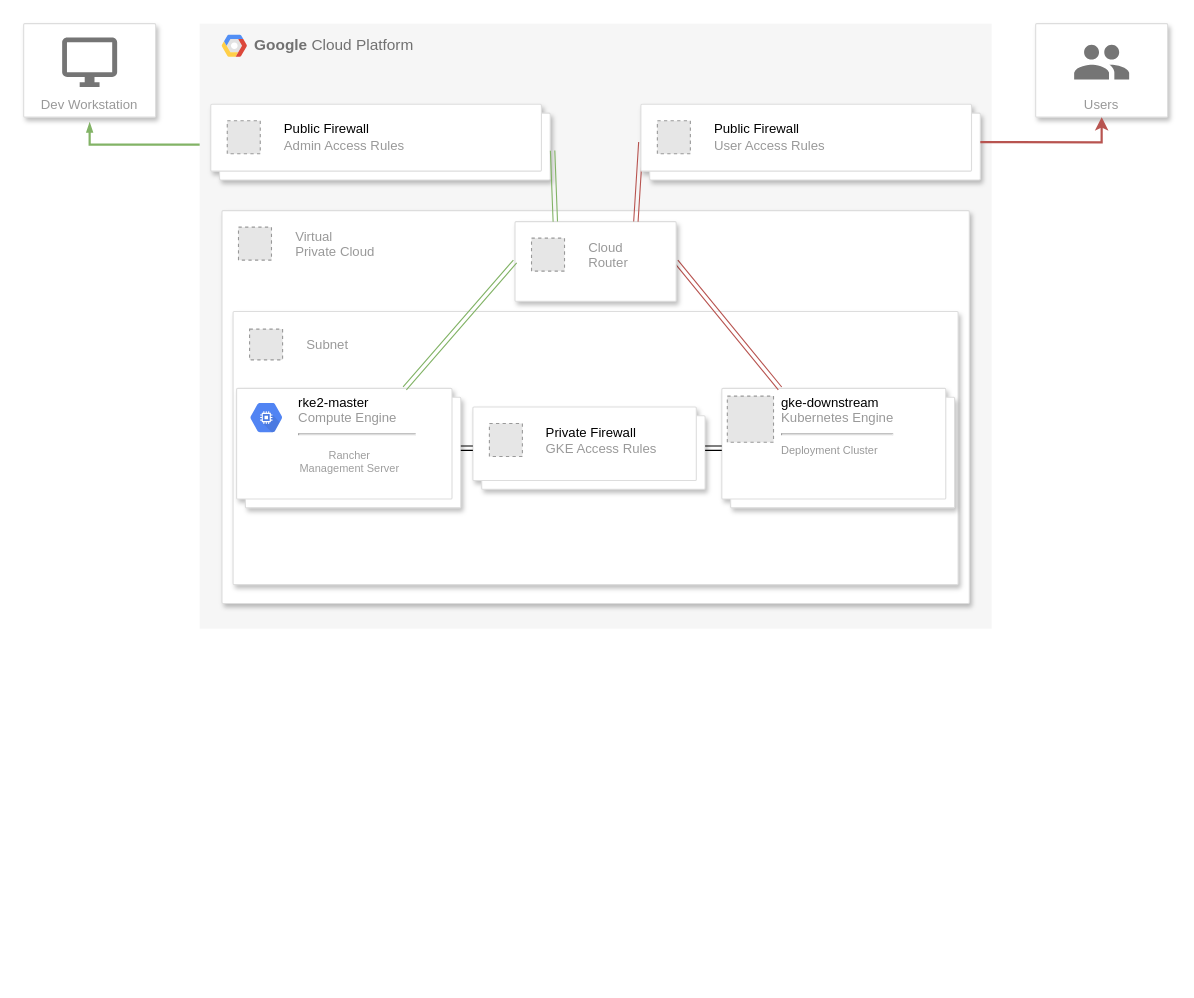
The draw.io diagram static/img/cloud-supremacy-diagram.drawio in VltraHeaven/vltraheaven.io, before the edit. Source tidied: cells renumbered, new cells numbered last; positions are measured from the earlier drawing's top-left corner, leaving out a move shared by most shapes. Both pictures are drawn from the tidied source at 110%, with x=0, y=0 at pixel (23, 23). Pictures stored in the file or linked from it are replaced by grey dashed boxes.
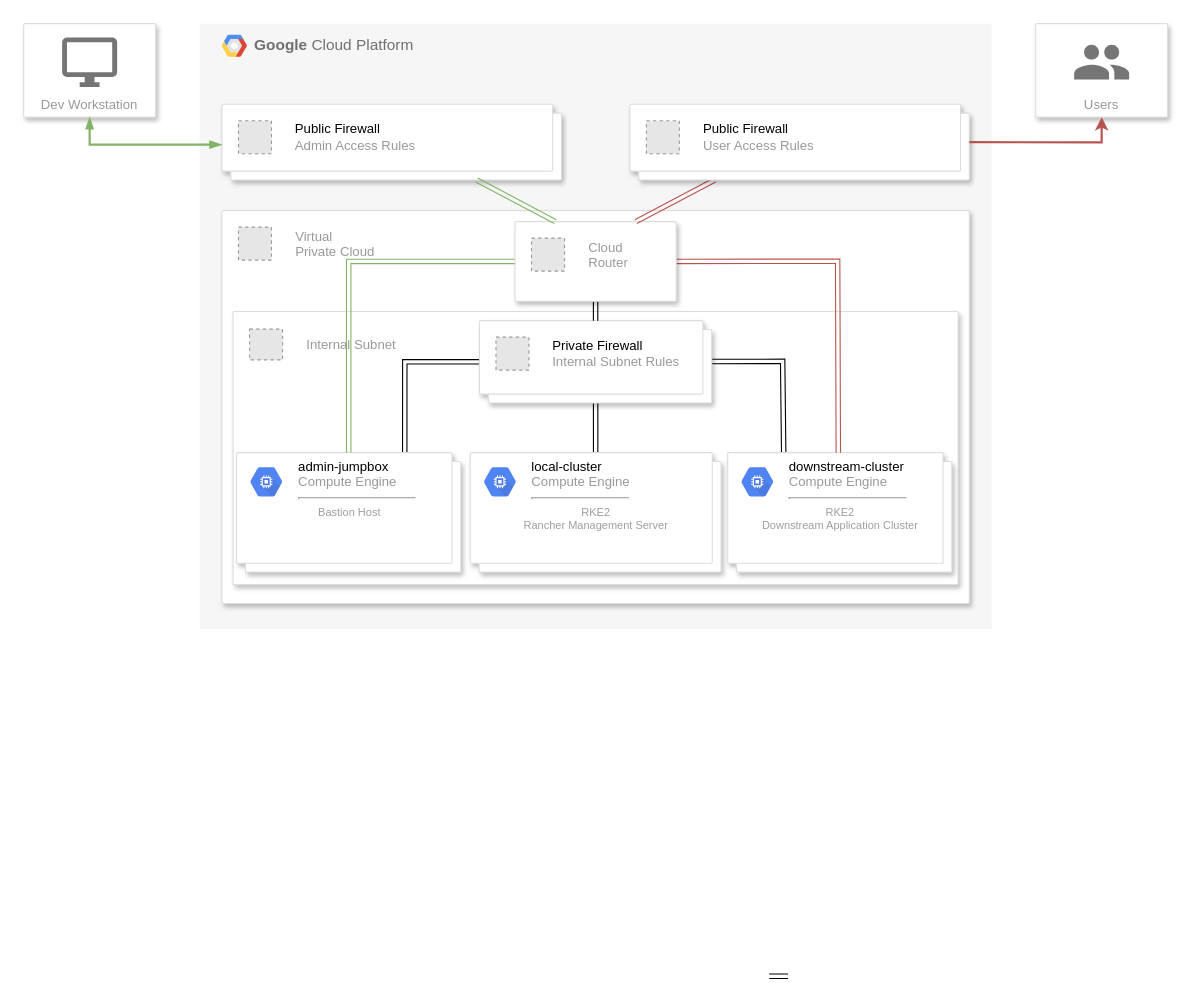
The same diagram, later.

Commit message (it also covers changes not shown here):
Completed Cloud Supremacy, Pt. 1

The change refers to these unchanged cells:
```xml
<mxCell id="6" value="&lt;b&gt;Google &lt;/b&gt;Cloud Platform" style="fillColor=#F6F6F6;strokeColor=none;shadow=0;gradientColor=none;fontSize=14;align=left;spacing=10;fontColor=#717171;9E9E9E;verticalAlign=top;spacingTop=-4;fontStyle=0;spacingLeft=40;html=1;" parent="1" vertex="1">
  <mxGeometry x="160" width="720" height="550" as="geometry" />
</mxCell>
<mxCell id="10" style="strokeColor=#dddddd;shadow=1;strokeWidth=1;rounded=1;absoluteArcSize=1;arcSize=2;" parent="6" vertex="1">
  <mxGeometry x="20.3" y="170" width="679.4" height="357.1" as="geometry" />
</mxCell>
<mxCell id="11" style="strokeColor=#dddddd;shadow=1;strokeWidth=1;rounded=1;absoluteArcSize=1;arcSize=2;fontSize=10;" parent="10" vertex="1">
  <mxGeometry x="10.1" y="91.7" width="659.1" height="248.3" as="geometry" />
</mxCell>
<mxCell id="23" style="strokeColor=#dddddd;shadow=1;strokeWidth=1;rounded=1;absoluteArcSize=1;arcSize=2;" parent="10" vertex="1">
  <mxGeometry x="266.4" y="10" width="146.5" height="72.4" as="geometry" />
</mxCell>
<mxCell id="32" value="Dev Workstation" style="strokeColor=#dddddd;shadow=1;strokeWidth=1;rounded=1;absoluteArcSize=1;arcSize=2;labelPosition=center;verticalLabelPosition=middle;align=center;verticalAlign=bottom;spacingLeft=0;fontColor=#999999;fontSize=12;whiteSpace=wrap;spacingBottom=2;" parent="1" vertex="1">
  <mxGeometry width="120" height="85" as="geometry" />
</mxCell>
```

The edit, as a diff of the source:
```diff
@@
-    <mxCell id="2" style="edgeStyle=elbowEdgeStyle;rounded=0;elbow=vertical;html=1;labelBackgroundColor=none;startArrow=blockThin;startFill=1;startSize=4;endArrow=blockThin;endFill=1;endSize=4;jettySize=auto;strokeColor=#82b366;strokeWidth=2;fontSize=12;fontColor=#000000;align=center;dashed=0;fillColor=#d5e8d4;" parent="1" edge="1" target="8">
-      <mxGeometry x="-0.06" y="-30" relative="1" as="geometry">
-        <mxPoint x="60" y="90" as="sourcePoint" />
-        <Array as="points">
-          <mxPoint x="40" y="110" />
-          <mxPoint x="40" y="140" />
-          <mxPoint x="220" y="144" />
-          <mxPoint x="340" y="250" />
-        </Array>
-      </mxGeometry>
-    </mxCell>
@@
     <mxCell id="8" style="shape=mxgraph.gcp2.doubleRect;strokeColor=#dddddd;shadow=1;strokeWidth=1;rounded=1;absoluteArcSize=1;arcSize=2;" parent="6" vertex="1">
-      <mxGeometry x="10.1" y="73.3" width="308.6" height="68.8" as="geometry" />
+      <mxGeometry x="20.3" y="73.3" width="308.6" height="68.8" as="geometry" />
     </mxCell>
@@
-    <mxCell id="12" value="Subnet" style="fillColor=#E6E6E6;strokeColor=#999999;dashed=1;fontColor=#999999;verticalLabelPosition=middle;labelBackgroundColor=#ffffff;verticalAlign=middle;labelPosition=right;align=left;spacingLeft=20;fontSize=12;" parent="11" vertex="1">
+    <mxCell id="12" value="Internal Subnet" style="fillColor=#E6E6E6;strokeColor=#999999;dashed=1;fontColor=#999999;verticalLabelPosition=middle;labelBackgroundColor=#ffffff;verticalAlign=middle;labelPosition=right;align=left;spacingLeft=20;fontSize=12;" parent="11" vertex="1">
       <mxGeometry width="30" height="28" relative="1" as="geometry">
         <mxPoint x="15" y="16" as="offset" />
       </mxGeometry>
     </mxCell>
-    <mxCell id="13" style="shape=mxgraph.gcp2.doubleRect;strokeColor=#dddddd;shadow=1;strokeWidth=1;" parent="11" vertex="1">
-      <mxGeometry x="444.3" y="69.9" width="211.6" height="108.6" as="geometry" />
-    </mxCell>
-    <mxCell id="14" value="&lt;font color=&quot;#000000&quot;&gt;gke-downstream&lt;/font&gt;&lt;br&gt;Kubernetes Engine&lt;hr&gt;&lt;font style=&quot;font-size: 10px;&quot;&gt;Deployment Cluster&lt;/font&gt;" style="fillColor=#E6E6E6;strokeColor=#999999;dashed=1;html=1;labelPosition=right;verticalLabelPosition=middle;align=left;verticalAlign=top;spacingLeft=5;fontColor=#999999;fontSize=12;spacingTop=-8;" parent="13" vertex="1">
-      <mxGeometry width="42" height="42" relative="1" as="geometry">
-        <mxPoint x="5" y="7" as="offset" />
-      </mxGeometry>
-    </mxCell>
-    <mxCell id="15" style="shape=mxgraph.gcp2.doubleRect;strokeColor=#dddddd;shadow=1;strokeWidth=1;rounded=1;absoluteArcSize=1;arcSize=2;" parent="11" vertex="1">
-      <mxGeometry x="218" y="86.8" width="211.1" height="74.8" as="geometry" />
-    </mxCell>
-    <mxCell id="16" value="&lt;font color=&quot;#000000&quot;&gt;Private Firewall&lt;/font&gt;&lt;br&gt;GKE Access Rules" style="fillColor=#E6E6E6;strokeColor=#999999;dashed=1;html=1;fontColor=#999999;verticalLabelPosition=middle;labelBackgroundColor=#ffffff;verticalAlign=middle;labelPosition=right;align=left;spacingLeft=20;" parent="15" vertex="1">
-      <mxGeometry width="30" height="30" relative="1" as="geometry">
-        <mxPoint x="15" y="15" as="offset" />
-      </mxGeometry>
-    </mxCell>
+    <mxCell id="35" style="edgeStyle=orthogonalEdgeStyle;rounded=0;jettySize=auto;html=1;shape=link;entryX=0;entryY=0.5;entryDx=0;entryDy=0;exitX=0.75;exitY=0;exitDx=0;exitDy=0;" parent="11" edge="1" source="17" target="15">
+      <mxGeometry relative="1" as="geometry">
+        <Array as="points">
+          <mxPoint x="156" y="46" />
+        </Array>
+      </mxGeometry>
+    </mxCell>
-    <mxCell id="17" value="&lt;div&gt;&lt;font style=&quot;font-size: 10px;&quot;&gt;&lt;br&gt;&lt;/font&gt;&lt;/div&gt;&lt;div&gt;&lt;font style=&quot;font-size: 10px;&quot;&gt;&lt;br&gt;&lt;/font&gt;&lt;/div&gt;&lt;div&gt;&lt;font style=&quot;font-size: 10px;&quot;&gt;Rancher &lt;br&gt;&lt;/font&gt;&lt;/div&gt;&lt;font style=&quot;font-size: 10px;&quot;&gt;Management Server&lt;/font&gt;" style="shape=mxgraph.gcp2.doubleRect;strokeColor=#dddddd;fillColor=#ffffff;shadow=1;strokeWidth=1;fontSize=10;fontColor=#9E9E9E;align=center;html=1;" parent="11" vertex="1">
-      <mxGeometry x="3.2" y="69.9" width="203.8" height="108.6" as="geometry" />
+    <mxCell id="17" value="Bastion Host" style="shape=mxgraph.gcp2.doubleRect;strokeColor=#dddddd;fillColor=#ffffff;shadow=1;strokeWidth=1;fontSize=10;fontColor=#9E9E9E;align=center;html=1;" parent="11" vertex="1">
+      <mxGeometry x="3.2" y="128.3" width="203.8" height="108.6" as="geometry" />
     </mxCell>
-    <mxCell id="18" value="&lt;font color=&quot;#000000&quot;&gt;rke2-master&lt;/font&gt;&lt;br&gt;Compute Engine&lt;span style=&quot;white-space: pre;&quot;&gt;&#9;&lt;/span&gt;&lt;hr&gt;" style="dashed=0;html=1;fillColor=#5184F3;strokeColor=none;shape=mxgraph.gcp2.hexIcon;prIcon=compute_engine;labelPosition=right;verticalLabelPosition=middle;align=left;verticalAlign=top;spacingLeft=5;fontColor=#999999;fontSize=12;spacingTop=-8;" parent="17" vertex="1">
+    <mxCell id="18" value="&lt;font color=&quot;#000000&quot;&gt;admin-jumpbox&lt;/font&gt;&lt;br&gt;Compute Engine&lt;span style=&quot;white-space: pre;&quot;&gt;&#9;&lt;/span&gt;&lt;hr&gt;" style="dashed=0;html=1;fillColor=#5184F3;strokeColor=none;shape=mxgraph.gcp2.hexIcon;prIcon=compute_engine;labelPosition=right;verticalLabelPosition=middle;align=left;verticalAlign=top;spacingLeft=5;fontColor=#999999;fontSize=12;spacingTop=-8;" parent="17" vertex="1">
       <mxGeometry width="44" height="39" relative="1" as="geometry">
         <mxPoint x="5" y="7" as="offset" />
       </mxGeometry>
     </mxCell>
-    <mxCell id="19" style="rounded=0;jettySize=auto;html=1;fontSize=10;startArrow=none;shape=link;" parent="11" edge="1" source="15" target="13">
-      <mxGeometry relative="1" as="geometry" />
+    <mxCell id="19" style="rounded=0;jettySize=auto;html=1;fontSize=10;startArrow=none;shape=link;entryX=0.25;entryY=0;entryDx=0;entryDy=0;" parent="11" edge="1" source="15" target="39">
+      <mxGeometry relative="1" as="geometry">
+        <Array as="points">
+          <mxPoint x="499.6" y="45.3" />
+        </Array>
+      </mxGeometry>
     </mxCell>
-    <mxCell id="20" style="rounded=0;jettySize=auto;html=1;fontSize=10;endArrow=none;shape=link;" parent="11" edge="1" source="17" target="15">
-      <mxGeometry relative="1" as="geometry" />
+    <mxCell id="20" style="rounded=0;jettySize=auto;html=1;fontSize=10;endArrow=none;shape=link;entryX=0.5;entryY=0;entryDx=0;entryDy=0;" parent="11" edge="1" target="15">
+      <mxGeometry relative="1" as="geometry">
+        <mxPoint x="329.6" y="128.3" as="sourcePoint" />
+      </mxGeometry>
     </mxCell>
+    <mxCell id="36" value="&lt;div&gt;&lt;br&gt;&lt;/div&gt;&lt;div&gt;&lt;font style=&quot;font-size: 10px;&quot;&gt;RKE2&lt;/font&gt;&lt;div&gt;&lt;font style=&quot;font-size: 10px;&quot;&gt;Rancher &lt;/font&gt;&lt;font style=&quot;font-size: 10px;&quot;&gt;Management Server&lt;/font&gt;&lt;/div&gt;&lt;/div&gt;" style="shape=mxgraph.gcp2.doubleRect;strokeColor=#dddddd;fillColor=#ffffff;shadow=1;strokeWidth=1;fontSize=10;fontColor=#9E9E9E;align=center;html=1;" parent="11" vertex="1">
+      <mxGeometry x="215.6" y="128.3" width="228" height="108.6" as="geometry" />
+    </mxCell>
+    <mxCell id="37" value="&lt;font color=&quot;#000000&quot;&gt;local-cluster&lt;/font&gt;&lt;br&gt;Compute Engine&lt;span style=&quot;&quot;&gt;&#9;&lt;/span&gt;&lt;hr&gt;" style="dashed=0;html=1;fillColor=#5184F3;strokeColor=none;shape=mxgraph.gcp2.hexIcon;prIcon=compute_engine;labelPosition=right;verticalLabelPosition=middle;align=left;verticalAlign=top;spacingLeft=5;fontColor=#999999;fontSize=12;spacingTop=-8;" parent="36" vertex="1">
+      <mxGeometry width="44" height="39" relative="1" as="geometry">
+        <mxPoint x="5" y="7" as="offset" />
+      </mxGeometry>
+    </mxCell>
+    <mxCell id="38" style="rounded=0;orthogonalLoop=1;jettySize=auto;html=1;fontSize=10;endArrow=none;shape=link;" parent="11" edge="1">
+      <mxGeometry relative="1" as="geometry">
+        <mxPoint x="487.4" y="604.3" as="sourcePoint" />
+        <mxPoint x="504.5" y="604.3" as="targetPoint" />
+      </mxGeometry>
+    </mxCell>
+    <mxCell id="39" value="&lt;div&gt;&lt;font style=&quot;font-size: 10px;&quot;&gt;&lt;br&gt;&lt;/font&gt;&lt;/div&gt;&lt;div&gt;&lt;font style=&quot;font-size: 10px;&quot;&gt;RKE2&lt;/font&gt;&lt;/div&gt;&lt;div&gt;&lt;font style=&quot;font-size: 10px;&quot;&gt;Downstream Application Cluster&lt;/font&gt;&lt;/div&gt;" style="shape=mxgraph.gcp2.doubleRect;strokeColor=#dddddd;fillColor=#ffffff;shadow=1;strokeWidth=1;fontSize=10;fontColor=#9E9E9E;align=center;html=1;" parent="11" vertex="1">
+      <mxGeometry x="449.6" y="128.3" width="203.8" height="108.6" as="geometry" />
+    </mxCell>
+    <mxCell id="40" value="&lt;font color=&quot;#000000&quot;&gt;downstream-cluster&lt;/font&gt;&lt;br&gt;Compute Engine&lt;span style=&quot;white-space: pre;&quot;&gt;&#9;&lt;/span&gt;&lt;hr&gt;" style="dashed=0;html=1;fillColor=#5184F3;strokeColor=none;shape=mxgraph.gcp2.hexIcon;prIcon=compute_engine;labelPosition=right;verticalLabelPosition=middle;align=left;verticalAlign=top;spacingLeft=5;fontColor=#999999;fontSize=12;spacingTop=-8;" parent="39" vertex="1">
+      <mxGeometry width="44" height="39" relative="1" as="geometry">
+        <mxPoint x="5" y="7" as="offset" />
+      </mxGeometry>
+    </mxCell>
+    <mxCell id="15" style="shape=mxgraph.gcp2.doubleRect;strokeColor=#dddddd;shadow=1;strokeWidth=1;rounded=1;absoluteArcSize=1;arcSize=2;" parent="11" vertex="1">
+      <mxGeometry x="224" y="8.3" width="211.1" height="74.8" as="geometry" />
+    </mxCell>
+    <mxCell id="16" value="&lt;font color=&quot;#000000&quot;&gt;Private Firewall&lt;/font&gt;&lt;br&gt;&lt;div&gt;Internal Subnet  Rules&lt;/div&gt;" style="fillColor=#E6E6E6;strokeColor=#999999;dashed=1;html=1;fontColor=#999999;verticalLabelPosition=middle;labelBackgroundColor=#ffffff;verticalAlign=middle;labelPosition=right;align=left;spacingLeft=20;" parent="15" vertex="1">
+      <mxGeometry width="30" height="30" relative="1" as="geometry">
+        <mxPoint x="15" y="15" as="offset" />
+      </mxGeometry>
+    </mxCell>
@@
-    <mxCell id="22" style="edgeStyle=none;shape=link;rounded=0;jettySize=auto;html=1;exitX=1;exitY=0.5;exitDx=0;exitDy=0;entryX=0.25;entryY=0;entryDx=0;entryDy=0;fontSize=10;elbow=vertical;fillColor=#f8cecc;strokeColor=#b85450;" parent="10" edge="1" source="23" target="13">
-      <mxGeometry relative="1" as="geometry" />
+    <mxCell id="22" style="edgeStyle=none;shape=link;rounded=0;jettySize=auto;html=1;exitX=1;exitY=0.5;exitDx=0;exitDy=0;entryX=0.5;entryY=0;entryDx=0;entryDy=0;fontSize=10;elbow=vertical;fillColor=#f8cecc;strokeColor=#b85450;" parent="10" edge="1" source="23">
+      <mxGeometry relative="1" as="geometry">
+        <mxPoint x="560.3" y="220" as="targetPoint" />
+        <Array as="points">
+          <mxPoint x="559.7" y="46" />
+        </Array>
+      </mxGeometry>
     </mxCell>
+    <mxCell id="41" style="edgeStyle=orthogonalEdgeStyle;rounded=0;jettySize=auto;html=1;exitX=0.5;exitY=1;exitDx=0;exitDy=0;entryX=0.5;entryY=0;entryDx=0;entryDy=0;shape=link;" parent="10" edge="1" source="23" target="15">
+      <mxGeometry relative="1" as="geometry" />
+    </mxCell>
+    <mxCell id="25" style="edgeStyle=orthogonalEdgeStyle;shape=link;rounded=0;jettySize=auto;html=1;exitX=0;exitY=0.5;exitDx=0;exitDy=0;fillColor=#d5e8d4;strokeColor=#82b366;" parent="10" edge="1" source="23" target="17">
+      <mxGeometry relative="1" as="geometry" />
+    </mxCell>
@@
-    <mxCell id="25" style="edgeStyle=none;shape=link;rounded=0;jettySize=auto;html=1;entryX=0.75;entryY=0;entryDx=0;entryDy=0;fontSize=10;elbow=vertical;fillColor=#d5e8d4;strokeColor=#82b366;exitX=0;exitY=0.5;exitDx=0;exitDy=0;" parent="10" edge="1" source="23" target="17">
-      <mxGeometry relative="1" as="geometry" />
-    </mxCell>
-    <mxCell id="26" style="edgeStyle=none;shape=link;rounded=0;jettySize=auto;html=1;exitX=0;exitY=0.5;exitDx=0;exitDy=0;fontSize=10;elbow=vertical;entryX=0.75;entryY=0;entryDx=0;entryDy=0;fillColor=#f8cecc;strokeColor=#b85450;" parent="6" edge="1" source="27" target="23">
+    <mxCell id="26" style="edgeStyle=none;shape=link;rounded=0;jettySize=auto;html=1;exitX=0.25;exitY=1;exitDx=0;exitDy=0;fontSize=10;elbow=vertical;entryX=0.75;entryY=0;entryDx=0;entryDy=0;fillColor=#f8cecc;strokeColor=#b85450;" parent="6" edge="1" source="27" target="23">
       <mxGeometry relative="1" as="geometry" />
     </mxCell>
     <mxCell id="27" style="shape=mxgraph.gcp2.doubleRect;strokeColor=#dddddd;shadow=1;strokeWidth=1;rounded=1;absoluteArcSize=1;arcSize=2;" parent="6" vertex="1">
-      <mxGeometry x="401.1" y="73.3" width="308.6" height="68.8" as="geometry" />
+      <mxGeometry x="391.1" y="73.3" width="308.6" height="68.8" as="geometry" />
     </mxCell>
@@
-    <mxCell id="29" style="edgeStyle=none;shape=link;rounded=0;jettySize=auto;html=1;fontSize=10;elbow=vertical;entryX=0.25;entryY=0;entryDx=0;entryDy=0;exitX=1.007;exitY=0.613;exitDx=0;exitDy=0;exitPerimeter=0;fillColor=#d5e8d4;strokeColor=#82b366;" parent="6" edge="1" source="8" target="23">
+    <mxCell id="29" style="edgeStyle=none;shape=link;rounded=0;jettySize=auto;html=1;fontSize=10;elbow=vertical;entryX=0.25;entryY=0;entryDx=0;entryDy=0;exitX=0.75;exitY=1;exitDx=0;exitDy=0;fillColor=#d5e8d4;strokeColor=#82b366;" parent="6" edge="1" source="8" target="23">
       <mxGeometry relative="1" as="geometry" />
     </mxCell>
@@
+    <mxCell id="2" style="edgeStyle=elbowEdgeStyle;rounded=0;elbow=vertical;html=1;labelBackgroundColor=none;startArrow=blockThin;startFill=1;endArrow=blockThin;endFill=1;jettySize=auto;strokeColor=#82b366;strokeWidth=2;fontSize=12;fontColor=#000000;align=center;dashed=0;fillColor=#d5e8d4;entryX=0.5;entryY=1;entryDx=0;entryDy=0;" parent="1" edge="1" target="32">
+      <mxGeometry x="-0.06" y="-30" relative="1" as="geometry">
+        <mxPoint x="180" y="110" as="sourcePoint" />
+        <Array as="points">
+          <mxPoint x="170" y="110" />
+          <mxPoint x="40" y="110" />
+          <mxPoint x="40" y="140" />
+          <mxPoint x="220" y="144" />
+          <mxPoint x="340" y="250" />
+        </Array>
+      </mxGeometry>
+    </mxCell>
```
